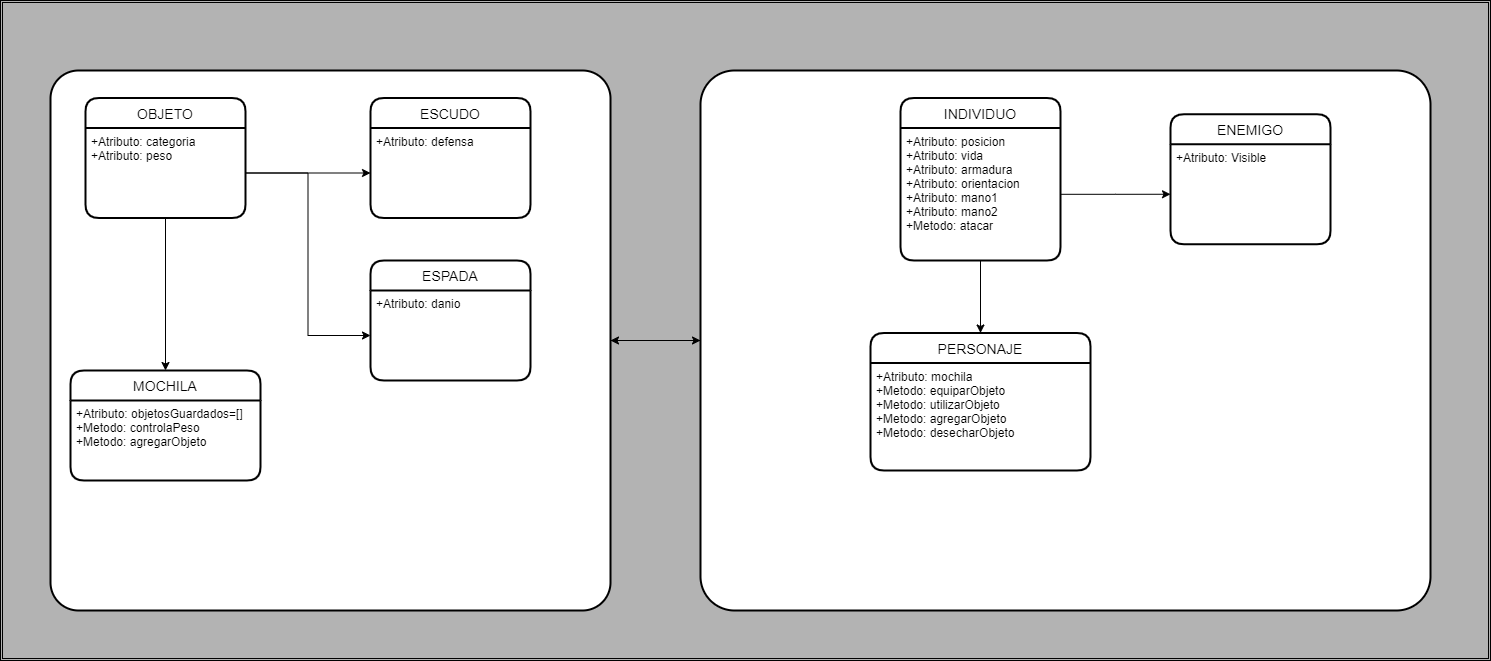
Above: picture/presentacion/tp_algo1.drawio.png in algo1unsam/2021s1-tp-grupal-juego-recursa3 (draw.io), before the change. Source tidied: cells renumbered, new cells last; positions are measured from the earlier drawing's top-left corner, leaving out a move shared by most shapes.
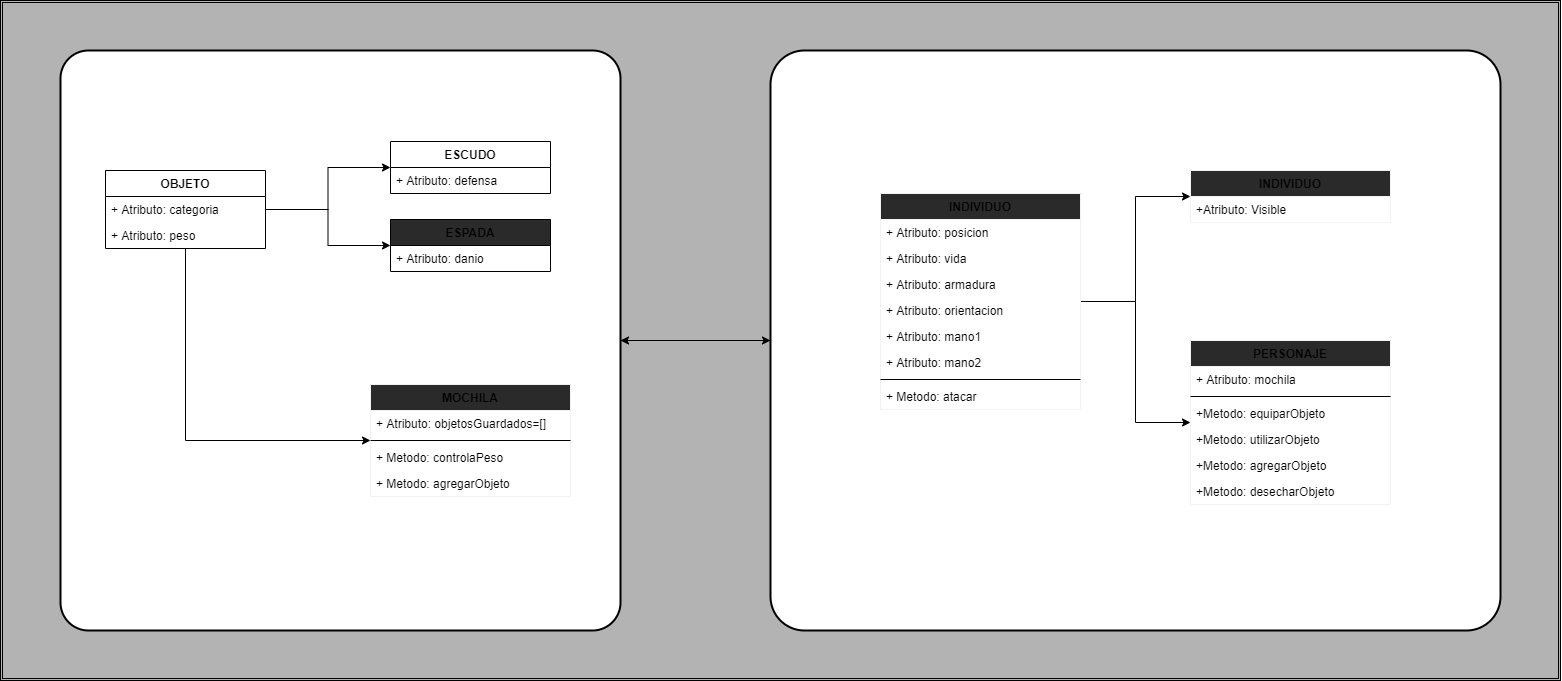
The same file after the commit.

Commit message:
se modifica diagrama

Diff of the diagram source:
```diff
@@ -3,79 +3,128 @@
     <mxCell id="0" />
     <mxCell id="1" parent="0" />
     <mxCell id="2" style="shape=ext;double=1;rounded=0;whiteSpace=wrap;html=1;fillColor=#B3B3B3;" parent="1" vertex="1">
-      <mxGeometry width="1490" height="660" as="geometry" />
+      <mxGeometry x="-20" y="-100" width="1560" height="680" as="geometry" />
     </mxCell>
     <mxCell id="3" style="edgeStyle=orthogonalEdgeStyle;rounded=0;jettySize=auto;html=1;" parent="1" edge="1" source="4" target="6">
       <mxGeometry relative="1" as="geometry" />
     </mxCell>
     <mxCell id="4" style="rounded=1;whiteSpace=wrap;html=1;absoluteArcSize=1;arcSize=68;strokeWidth=2;" parent="1" vertex="1">
-      <mxGeometry x="700" y="70" width="730" height="540" as="geometry" />
+      <mxGeometry x="750" y="-50" width="730" height="580" as="geometry" />
     </mxCell>
-    <mxCell id="5" style="edgeStyle=orthogonalEdgeStyle;rounded=0;jettySize=auto;html=1;" parent="1" edge="1" source="6" target="4">
+    <mxCell id="5" style="edgeStyle=orthogonalEdgeStyle;rounded=0;jettySize=auto;html=1;strokeColor=#000000;" parent="1" edge="1" source="6" target="4">
       <mxGeometry relative="1" as="geometry" />
     </mxCell>
     <mxCell id="6" style="rounded=1;whiteSpace=wrap;html=1;absoluteArcSize=1;arcSize=56;strokeWidth=2;" parent="1" vertex="1">
-      <mxGeometry x="50" y="70" width="560" height="540" as="geometry" />
+      <mxGeometry x="40" y="-50" width="560" height="580" as="geometry" />
     </mxCell>
-    <mxCell id="7" value="INDIVIDUO" style="swimlane;horizontal=1;startSize=30;rounded=1;fontSize=14;fontStyle=0;strokeWidth=2;shadow=0;dashed=0;align=center;" parent="1" vertex="1">
-      <mxGeometry x="900" y="97.5" width="160" height="162.5" as="geometry" />
-    </mxCell>
-    <mxCell id="8" value="+Atributo: posicion&#10;+Atributo: vida&#10;+Atributo: armadura&#10;+Atributo: orientacion&#10;+Atributo: mano1&#10;+Atributo: mano2&#10;+Metodo: atacar&#10;" style="align=left;strokeColor=none;fillColor=none;spacingLeft=4;fontSize=12;verticalAlign=top;fontStyle=0;" parent="7" vertex="1">
-      <mxGeometry y="30" width="160" height="132.5" as="geometry" />
-    </mxCell>
+    <mxCell id="27" style="edgeStyle=orthogonalEdgeStyle;rounded=0;jettySize=auto;html=1;entryX=0;entryY=0.5;entryDx=0;entryDy=0;" parent="1" edge="1" source="16" target="20">
+      <mxGeometry relative="1" as="geometry" />
+    </mxCell>
+    <mxCell id="28" style="edgeStyle=orthogonalEdgeStyle;rounded=0;jettySize=auto;html=1;" parent="1" edge="1" source="16" target="22">
+      <mxGeometry relative="1" as="geometry" />
+    </mxCell>
+    <mxCell id="29" style="edgeStyle=orthogonalEdgeStyle;rounded=0;jettySize=auto;html=1;" parent="1" edge="1" source="16" target="18">
+      <mxGeometry relative="1" as="geometry">
+        <Array as="points">
+          <mxPoint x="165" y="340" />
+        </Array>
+      </mxGeometry>
+    </mxCell>
+    <mxCell id="16" value="OBJETO" style="swimlane;fontStyle=1;align=center;verticalAlign=top;horizontal=1;startSize=26;" parent="1" vertex="1">
+      <mxGeometry x="85" y="70" width="160" height="78" as="geometry" />
+    </mxCell>
+    <mxCell id="30" value="+ Atributo: categoria" style="text;strokeColor=none;fillColor=none;align=left;verticalAlign=top;spacingLeft=4;spacingRight=4;overflow=hidden;" parent="16" vertex="1">
+      <mxGeometry y="26" width="160" height="26" as="geometry" />
+    </mxCell>
+    <mxCell id="31" value="+ Atributo: peso" style="text;strokeColor=none;fillColor=none;align=left;verticalAlign=top;spacingLeft=4;spacingRight=4;overflow=hidden;" parent="16" vertex="1">
+      <mxGeometry y="52" width="160" height="26" as="geometry" />
+    </mxCell>
+    <mxCell id="20" value="ESCUDO" style="swimlane;fontStyle=1;align=center;verticalAlign=top;horizontal=1;startSize=26;" parent="1" vertex="1">
+      <mxGeometry x="370" y="41" width="160" height="52" as="geometry" />
+    </mxCell>
+    <mxCell id="32" value="+ Atributo: defensa" style="text;strokeColor=none;fillColor=none;align=left;verticalAlign=top;spacingLeft=4;spacingRight=4;overflow=hidden;" parent="20" vertex="1">
+      <mxGeometry y="26" width="160" height="26" as="geometry" />
+    </mxCell>
+    <mxCell id="22" value="ESPADA" style="swimlane;fontStyle=1;align=center;verticalAlign=top;horizontal=1;startSize=26;fillColor=#2A2A2A;" parent="1" vertex="1">
+      <mxGeometry x="370" y="119" width="160" height="52" as="geometry" />
+    </mxCell>
+    <mxCell id="33" value="+ Atributo: danio" style="text;strokeColor=none;fillColor=none;align=left;verticalAlign=top;spacingLeft=4;spacingRight=4;overflow=hidden;" parent="22" vertex="1">
+      <mxGeometry y="26" width="160" height="26" as="geometry" />
+    </mxCell>
+    <mxCell id="18" value="MOCHILA" style="swimlane;fontStyle=1;align=center;verticalAlign=top;horizontal=1;startSize=26;strokeColor=#F2F2F2;fillColor=#2A2A2A;gradientColor=none;" parent="1" vertex="1">
+      <mxGeometry x="350" y="284" width="200" height="112" as="geometry" />
+    </mxCell>
+    <mxCell id="34" value="+ Atributo: objetosGuardados=[]" style="text;strokeColor=none;fillColor=none;align=left;verticalAlign=top;spacingLeft=4;spacingRight=4;overflow=hidden;" parent="18" vertex="1">
+      <mxGeometry y="26" width="200" height="26" as="geometry" />
+    </mxCell>
+    <mxCell id="35" style="line;strokeWidth=1;fillColor=none;align=left;verticalAlign=middle;spacingTop=-1;spacingLeft=3;spacingRight=3;labelPosition=right;" parent="18" vertex="1">
+      <mxGeometry y="52" width="200" height="8" as="geometry" />
+    </mxCell>
+    <mxCell id="36" value="+ Metodo: controlaPeso" style="text;strokeColor=none;fillColor=none;align=left;verticalAlign=top;spacingLeft=4;spacingRight=4;overflow=hidden;" parent="18" vertex="1">
+      <mxGeometry y="60" width="200" height="26" as="geometry" />
+    </mxCell>
+    <mxCell id="37" value="+ Metodo: agregarObjeto" style="text;strokeColor=none;fillColor=none;align=left;verticalAlign=top;spacingLeft=4;spacingRight=4;overflow=hidden;" parent="18" vertex="1">
+      <mxGeometry y="86" width="200" height="26" as="geometry" />
+    </mxCell>
+    <mxCell id="38" style="edgeStyle=orthogonalEdgeStyle;rounded=0;jettySize=auto;html=1;" parent="1" edge="1" source="40" target="49">
+      <mxGeometry relative="1" as="geometry" />
+    </mxCell>
+    <mxCell id="39" style="edgeStyle=orthogonalEdgeStyle;rounded=0;jettySize=auto;html=1;" parent="1" edge="1" source="40" target="9">
+      <mxGeometry relative="1" as="geometry" />
+    </mxCell>
+    <mxCell id="40" value="INDIVIDUO" style="swimlane;fontStyle=1;align=center;verticalAlign=top;horizontal=1;startSize=26;strokeColor=#F2F2F2;fillColor=#2A2A2A;gradientColor=none;" parent="1" vertex="1">
+      <mxGeometry x="860" y="93" width="200" height="216" as="geometry" />
+    </mxCell>
+    <mxCell id="41" value="+ Atributo: posicion" style="text;strokeColor=none;fillColor=none;align=left;verticalAlign=top;spacingLeft=4;spacingRight=4;overflow=hidden;" parent="40" vertex="1">
+      <mxGeometry y="26" width="200" height="26" as="geometry" />
+    </mxCell>
+    <mxCell id="42" value="+ Atributo: vida" style="text;strokeColor=none;fillColor=none;align=left;verticalAlign=top;spacingLeft=4;spacingRight=4;overflow=hidden;" parent="40" vertex="1">
+      <mxGeometry y="52" width="200" height="26" as="geometry" />
+    </mxCell>
+    <mxCell id="43" value="+ Atributo: armadura" style="text;strokeColor=none;fillColor=none;align=left;verticalAlign=top;spacingLeft=4;spacingRight=4;overflow=hidden;" parent="40" vertex="1">
+      <mxGeometry y="78" width="200" height="26" as="geometry" />
+    </mxCell>
+    <mxCell id="44" value="+ Atributo: orientacion" style="text;strokeColor=none;fillColor=none;align=left;verticalAlign=top;spacingLeft=4;spacingRight=4;overflow=hidden;" parent="40" vertex="1">
+      <mxGeometry y="104" width="200" height="26" as="geometry" />
+    </mxCell>
+    <mxCell id="45" value="+ Atributo: mano1" style="text;strokeColor=none;fillColor=none;align=left;verticalAlign=top;spacingLeft=4;spacingRight=4;overflow=hidden;" parent="40" vertex="1">
+      <mxGeometry y="130" width="200" height="26" as="geometry" />
+    </mxCell>
+    <mxCell id="46" value="+ Atributo: mano2" style="text;strokeColor=none;fillColor=none;align=left;verticalAlign=top;spacingLeft=4;spacingRight=4;overflow=hidden;" parent="40" vertex="1">
+      <mxGeometry y="156" width="200" height="26" as="geometry" />
+    </mxCell>
+    <mxCell id="47" style="line;strokeWidth=1;fillColor=none;align=left;verticalAlign=middle;spacingTop=-1;spacingLeft=3;spacingRight=3;labelPosition=right;" parent="40" vertex="1">
+      <mxGeometry y="182" width="200" height="8" as="geometry" />
+    </mxCell>
+    <mxCell id="48" value="+ Metodo: atacar" style="text;strokeColor=none;fillColor=none;align=left;verticalAlign=top;spacingLeft=4;spacingRight=4;overflow=hidden;" parent="40" vertex="1">
+      <mxGeometry y="190" width="200" height="26" as="geometry" />
+    </mxCell>
+    <mxCell id="49" value="INDIVIDUO" style="swimlane;fontStyle=1;align=center;verticalAlign=top;horizontal=1;startSize=26;strokeColor=#F2F2F2;fillColor=#2A2A2A;gradientColor=none;" parent="1" vertex="1">
+      <mxGeometry x="1170" y="70" width="200" height="52" as="geometry" />
+    </mxCell>
+    <mxCell id="12" value="+Atributo: Visible" style="text;strokeColor=none;fillColor=none;align=left;verticalAlign=top;spacingLeft=4;spacingRight=4;overflow=hidden;points=[[0,0.5],[1,0.5]];portConstraint=eastwest;" parent="49" vertex="1">
+      <mxGeometry y="26" width="200" height="26" as="geometry" />
+    </mxCell>
-    <mxCell id="9" value="PERSONAJE" style="swimlane;horizontal=1;startSize=30;rounded=1;fontSize=14;fontStyle=0;strokeWidth=2;shadow=0;dashed=0;align=center;" parent="1" vertex="1">
-      <mxGeometry x="870" y="332.5" width="220" height="137.5" as="geometry" />
+    <mxCell id="9" value="PERSONAJE" style="swimlane;fontStyle=1;align=center;verticalAlign=top;horizontal=1;startSize=26;strokeColor=#F2F2F2;fillColor=#2A2A2A;gradientColor=none;" parent="1" vertex="1">
+      <mxGeometry x="1170" y="240" width="200" height="164" as="geometry" />
     </mxCell>
-    <mxCell id="10" value="+Atributo: mochila&#10;+Metodo: equiparObjeto&#10;+Metodo: utilizarObjeto&#10;+Metodo: agregarObjeto&#10;+Metodo: desecharObjeto&#10;" style="align=left;strokeColor=none;fillColor=none;spacingLeft=4;fontSize=12;verticalAlign=top;" parent="9" vertex="1">
-      <mxGeometry y="30" width="220" height="107.5" as="geometry" />
-    </mxCell>
-    <mxCell id="11" value="ENEMIGO" style="swimlane;horizontal=1;startSize=30;rounded=1;fontSize=14;fontStyle=0;strokeWidth=2;shadow=0;dashed=0;align=center;" parent="1" vertex="1">
-      <mxGeometry x="1170" y="113.8" width="160" height="130" as="geometry" />
-    </mxCell>
-    <mxCell id="12" value="+Atributo: Visible&#10;" style="align=left;strokeColor=none;fillColor=none;spacingLeft=4;fontSize=12;verticalAlign=top;" parent="11" vertex="1">
-      <mxGeometry y="30" width="160" height="100" as="geometry" />
-    </mxCell>
-    <mxCell id="13" style="edgeStyle=orthogonalEdgeStyle;rounded=0;orthogonalLoop=1;jettySize=auto;html=1;exitX=0.5;exitY=1;exitDx=0;exitDy=0;" parent="11" edge="1" source="12" target="12">
-      <mxGeometry relative="1" as="geometry" />
-    </mxCell>
-    <mxCell id="14" style="edgeStyle=orthogonalEdgeStyle;rounded=0;jettySize=auto;html=1;" parent="1" edge="1" source="8" target="9">
-      <mxGeometry relative="1" as="geometry" />
-    </mxCell>
-    <mxCell id="15" style="edgeStyle=orthogonalEdgeStyle;rounded=0;jettySize=auto;html=1;entryX=0;entryY=0.5;entryDx=0;entryDy=0;" parent="1" edge="1" source="8" target="12">
-      <mxGeometry relative="1" as="geometry" />
-    </mxCell>
-    <mxCell id="16" value="OBJETO" style="swimlane;horizontal=1;startSize=30;rounded=1;fontSize=14;fontStyle=0;strokeWidth=2;shadow=0;dashed=0;align=center;" parent="1" vertex="1">
-      <mxGeometry x="85" y="97.5" width="160" height="120" as="geometry" />
-    </mxCell>
-    <mxCell id="17" value="+Atributo: categoria&#10;+Atributo: peso" style="align=left;strokeColor=none;fillColor=none;spacingLeft=4;fontSize=12;verticalAlign=top;" parent="16" vertex="1">
-      <mxGeometry y="30" width="160" height="90" as="geometry" />
-    </mxCell>
-    <mxCell id="18" value="MOCHILA" style="swimlane;horizontal=1;startSize=30;rounded=1;fontSize=14;fontStyle=0;strokeWidth=2;shadow=0;dashed=0;align=center;" parent="1" vertex="1">
-      <mxGeometry x="70" y="370" width="190" height="110" as="geometry" />
-    </mxCell>
-    <mxCell id="19" value="+Atributo: objetosGuardados=[]&#10;+Metodo: controlaPeso&#10;+Metodo: agregarObjeto&#10;" style="align=left;strokeColor=none;fillColor=none;spacingLeft=4;fontSize=12;verticalAlign=top;" parent="18" vertex="1">
-      <mxGeometry y="30" width="190" height="80" as="geometry" />
-    </mxCell>
-    <mxCell id="20" value="ESCUDO" style="swimlane;horizontal=1;startSize=30;rounded=1;fontSize=14;fontStyle=0;strokeWidth=2;shadow=0;dashed=0;align=center;" parent="1" vertex="1">
-      <mxGeometry x="370" y="97.5" width="160" height="120" as="geometry" />
-    </mxCell>
-    <mxCell id="21" value="+Atributo: defensa" style="align=left;strokeColor=none;fillColor=none;spacingLeft=4;fontSize=12;verticalAlign=top;" parent="20" vertex="1">
-      <mxGeometry y="30" width="160" height="90" as="geometry" />
-    </mxCell>
-    <mxCell id="22" value="ESPADA" style="swimlane;horizontal=1;startSize=30;rounded=1;fontSize=14;fontStyle=0;strokeWidth=2;shadow=0;dashed=0;align=center;" parent="1" vertex="1">
-      <mxGeometry x="370" y="260" width="160" height="120" as="geometry" />
-    </mxCell>
-    <mxCell id="23" value="+Atributo: danio" style="align=left;strokeColor=none;fillColor=none;spacingLeft=4;fontSize=12;verticalAlign=top;" parent="22" vertex="1">
-      <mxGeometry y="30" width="160" height="90" as="geometry" />
-    </mxCell>
-    <mxCell id="24" style="edgeStyle=orthogonalEdgeStyle;rounded=0;jettySize=auto;html=1;entryX=0;entryY=0.5;entryDx=0;entryDy=0;" parent="1" edge="1" source="17" target="21">
-      <mxGeometry relative="1" as="geometry" />
-    </mxCell>
-    <mxCell id="25" style="edgeStyle=orthogonalEdgeStyle;rounded=0;jettySize=auto;html=1;" parent="1" edge="1" source="17" target="18">
-      <mxGeometry relative="1" as="geometry" />
-    </mxCell>
-    <mxCell id="26" style="edgeStyle=orthogonalEdgeStyle;rounded=0;jettySize=auto;html=1;entryX=0;entryY=0.5;entryDx=0;entryDy=0;" parent="1" edge="1" source="17" target="23">
-      <mxGeometry relative="1" as="geometry" />
-    </mxCell>
+    <mxCell id="50" value="+ Atributo: mochila" style="text;strokeColor=none;fillColor=none;align=left;verticalAlign=top;spacingLeft=4;spacingRight=4;overflow=hidden;" parent="9" vertex="1">
+      <mxGeometry y="26" width="200" height="26" as="geometry" />
+    </mxCell>
+    <mxCell id="51" style="line;strokeWidth=1;fillColor=none;align=left;verticalAlign=middle;spacingTop=-1;spacingLeft=3;spacingRight=3;labelPosition=right;" parent="9" vertex="1">
+      <mxGeometry y="52" width="200" height="8" as="geometry" />
+    </mxCell>
+    <mxCell id="52" value="+Metodo: equiparObjeto" style="text;strokeColor=none;fillColor=none;align=left;verticalAlign=top;spacingLeft=4;spacingRight=4;overflow=hidden;" parent="9" vertex="1">
+      <mxGeometry y="60" width="200" height="26" as="geometry" />
+    </mxCell>
+    <mxCell id="53" value="+Metodo: utilizarObjeto" style="text;strokeColor=none;fillColor=none;align=left;verticalAlign=top;spacingLeft=4;spacingRight=4;overflow=hidden;" parent="9" vertex="1">
+      <mxGeometry y="86" width="200" height="26" as="geometry" />
+    </mxCell>
+    <mxCell id="54" value="+Metodo: agregarObjeto" style="text;strokeColor=none;fillColor=none;align=left;verticalAlign=top;spacingLeft=4;spacingRight=4;overflow=hidden;" parent="9" vertex="1">
+      <mxGeometry y="112" width="200" height="26" as="geometry" />
+    </mxCell>
+    <mxCell id="55" value="+Metodo: desecharObjeto" style="text;strokeColor=none;fillColor=none;align=left;verticalAlign=top;spacingLeft=4;spacingRight=4;overflow=hidden;" parent="9" vertex="1">
+      <mxGeometry y="138" width="200" height="26" as="geometry" />
+    </mxCell>
   </root>
 </mxGraphModel>
```
